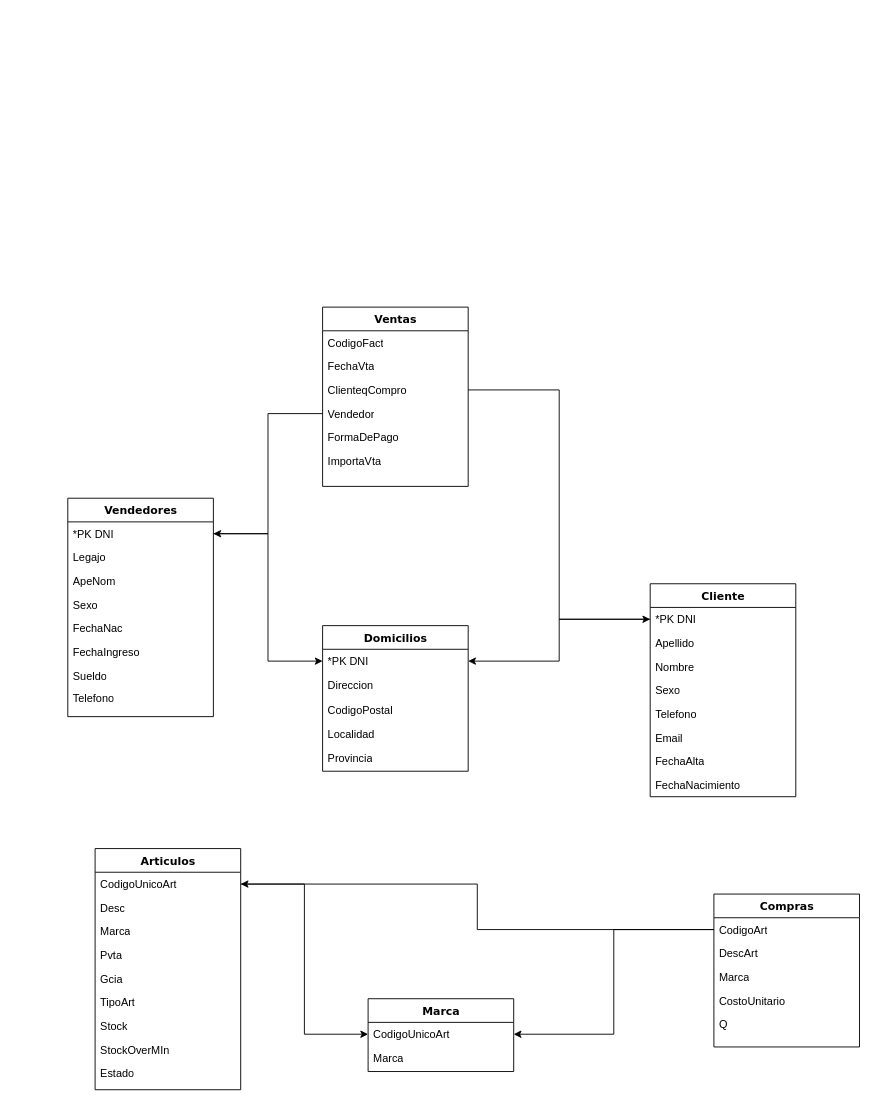
MATUKE23/LABIII keeps this draw.io diagram as Diagram TP1A V3.drawio. Above is the earlier version. Source tidied: cells renumbered, new cells numbered last; positions are measured from the earlier drawing's top-left corner, leaving out a move shared by most shapes. Both pictures are drawn from the tidied source at 91%, with x=0, y=0 at pixel (67, 307).
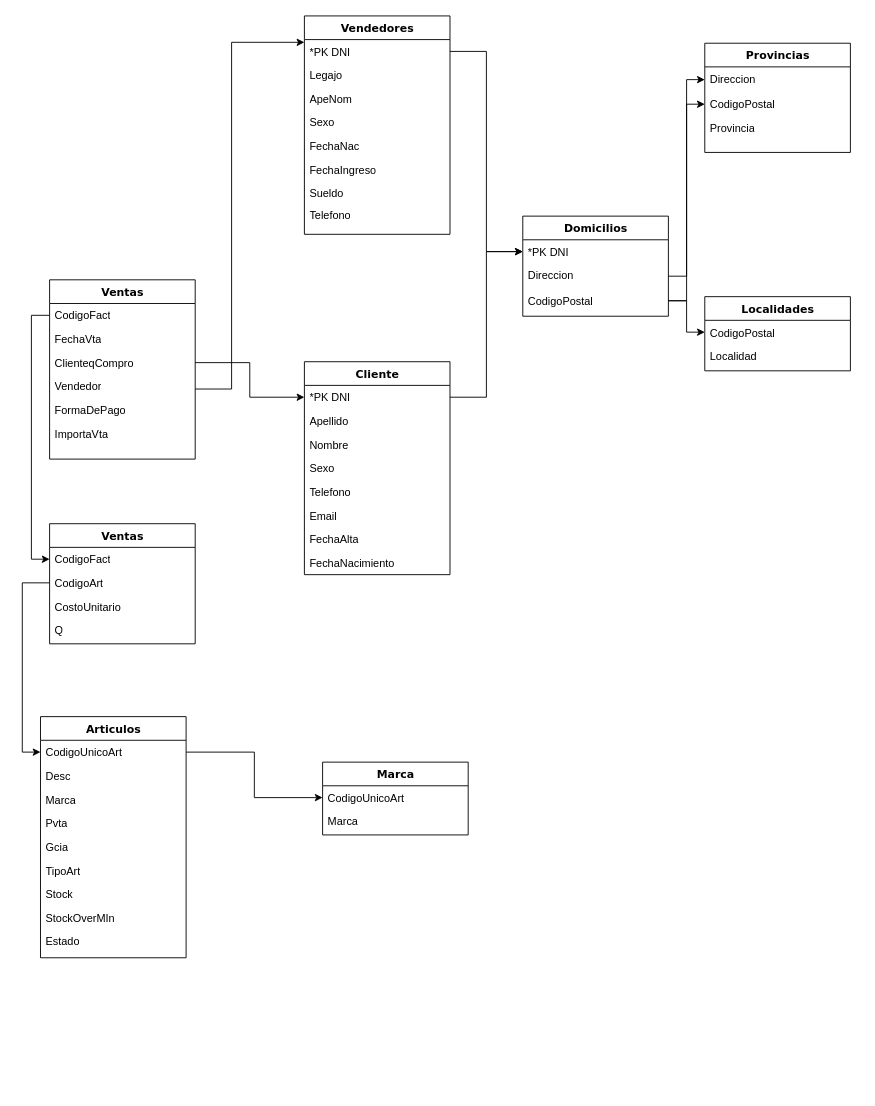
After the change.

The change refers to these unchanged cells:
```xml
<mxCell id="3" value="CodigoUnicoArt" style="text;html=1;strokeColor=none;fillColor=none;align=left;verticalAlign=top;spacingLeft=4;spacingRight=4;whiteSpace=wrap;overflow=hidden;points=[[0,0.5],[1,0.5]];portConstraint=eastwest;" parent="2" vertex="1">
  <mxGeometry y="26" width="160" height="26" as="geometry" />
</mxCell>
<mxCell id="13" value="*PK DNI" style="text;html=1;strokeColor=none;fillColor=none;align=left;verticalAlign=top;spacingLeft=4;spacingRight=4;whiteSpace=wrap;overflow=hidden;points=[[0,0.5],[1,0.5]];portConstraint=eastwest;" parent="12" vertex="1">
  <mxGeometry y="26" width="160" height="26" as="geometry" />
</mxCell>
<mxCell id="22" value="CodigoFact" style="text;html=1;strokeColor=none;fillColor=none;align=left;verticalAlign=top;spacingLeft=4;spacingRight=4;whiteSpace=wrap;overflow=hidden;points=[[0,0.5],[1,0.5]];portConstraint=eastwest;" parent="21" vertex="1">
  <mxGeometry y="26" width="160" height="26" as="geometry" />
</mxCell>
<mxCell id="24" value="ClienteqCompro" style="text;html=1;strokeColor=none;fillColor=none;align=left;verticalAlign=top;spacingLeft=4;spacingRight=4;whiteSpace=wrap;overflow=hidden;points=[[0,0.5],[1,0.5]];portConstraint=eastwest;" parent="21" vertex="1">
  <mxGeometry y="78" width="160" height="26" as="geometry" />
</mxCell>
<mxCell id="25" value="Vendedor" style="text;html=1;strokeColor=none;fillColor=none;align=left;verticalAlign=top;spacingLeft=4;spacingRight=4;whiteSpace=wrap;overflow=hidden;points=[[0,0.5],[1,0.5]];portConstraint=eastwest;" parent="21" vertex="1">
  <mxGeometry y="104" width="160" height="26" as="geometry" />
</mxCell>
<mxCell id="29" value="*PK DNI" style="text;html=1;strokeColor=none;fillColor=none;align=left;verticalAlign=top;spacingLeft=4;spacingRight=4;whiteSpace=wrap;overflow=hidden;points=[[0,0.5],[1,0.5]];portConstraint=eastwest;" parent="28" vertex="1">
  <mxGeometry y="26" width="160" height="26" as="geometry" />
</mxCell>
<mxCell id="45" value="Direccion" style="text;html=1;strokeColor=none;fillColor=none;align=left;verticalAlign=top;spacingLeft=4;spacingRight=4;whiteSpace=wrap;overflow=hidden;points=[[0,0.5],[1,0.5]];portConstraint=eastwest;" parent="43" vertex="1">
  <mxGeometry y="52" width="160" height="28" as="geometry" />
</mxCell>
<mxCell id="46" value="CodigoPostal" style="text;html=1;strokeColor=none;fillColor=none;align=left;verticalAlign=top;spacingLeft=4;spacingRight=4;whiteSpace=wrap;overflow=hidden;points=[[0,0.5],[1,0.5]];portConstraint=eastwest;" parent="43" vertex="1">
  <mxGeometry y="80" width="160" height="26" as="geometry" />
</mxCell>
<mxCell id="54" value="CodigoUnicoArt" style="text;html=1;strokeColor=none;fillColor=none;align=left;verticalAlign=top;spacingLeft=4;spacingRight=4;whiteSpace=wrap;overflow=hidden;points=[[0,0.5],[1,0.5]];portConstraint=eastwest;" parent="53" vertex="1">
  <mxGeometry y="26" width="160" height="26" as="geometry" />
</mxCell>
```

Change to the diagram source:
```diff
@@
     <mxCell id="2" value="Articulos" style="swimlane;html=1;fontStyle=1;align=center;verticalAlign=top;horizontal=1;startSize=26;swimlaneFillColor=#ffffff;rounded=0;shadow=0;comic=0;labelBackgroundColor=none;strokeWidth=1;fillColor=none;fontFamily=Verdana;fontSize=12;" parent="1" vertex="1">
-      <mxGeometry x="30" y="595" width="160" height="265" as="geometry" />
+      <mxGeometry x="-30" y="450" width="160" height="265" as="geometry" />
     </mxCell>
@@
     <mxCell id="12" value="Vendedores" style="swimlane;html=1;fontStyle=1;align=center;verticalAlign=top;horizontal=1;startSize=26;swimlaneFillColor=#ffffff;rounded=0;shadow=0;comic=0;labelBackgroundColor=none;strokeWidth=1;fillColor=none;fontFamily=Verdana;fontSize=12;" parent="1" vertex="1">
-      <mxGeometry y="210" width="160" height="240" as="geometry" />
+      <mxGeometry x="260" y="-320" width="160" height="240" as="geometry" />
     </mxCell>
@@
     <mxCell id="21" value="Ventas" style="swimlane;html=1;fontStyle=1;align=center;verticalAlign=top;horizontal=1;startSize=26;swimlaneFillColor=#ffffff;rounded=0;shadow=0;comic=0;labelBackgroundColor=none;strokeWidth=1;fillColor=none;fontFamily=Verdana;fontSize=12;" parent="1" vertex="1">
-      <mxGeometry x="280" width="160" height="197" as="geometry" />
+      <mxGeometry x="-20" y="-30" width="160" height="197" as="geometry" />
     </mxCell>
@@
     <mxCell id="28" value="Cliente" style="swimlane;html=1;fontStyle=1;align=center;verticalAlign=top;horizontal=1;startSize=26;swimlaneFillColor=#ffffff;rounded=0;shadow=0;comic=0;labelBackgroundColor=none;strokeWidth=1;fillColor=none;fontFamily=Verdana;fontSize=12;" parent="1" vertex="1">
-      <mxGeometry x="640" y="304" width="160" height="234" as="geometry" />
+      <mxGeometry x="260" y="60" width="160" height="234" as="geometry" />
     </mxCell>
@@
-    <mxCell id="37" value="Compras" style="swimlane;html=1;fontStyle=1;align=center;verticalAlign=top;horizontal=1;startSize=26;swimlaneFillColor=#ffffff;rounded=0;shadow=0;comic=0;labelBackgroundColor=none;strokeWidth=1;fillColor=none;fontFamily=Verdana;fontSize=12;" parent="1" vertex="1">
-      <mxGeometry x="710" y="645" width="160" height="168" as="geometry" />
+    <mxCell id="37" value="Ventas" style="swimlane;html=1;fontStyle=1;align=center;verticalAlign=top;horizontal=1;startSize=26;swimlaneFillColor=#ffffff;rounded=0;shadow=0;comic=0;labelBackgroundColor=none;strokeWidth=1;fillColor=none;fontFamily=Verdana;fontSize=12;" parent="1" vertex="1">
+      <mxGeometry x="-20" y="238" width="160" height="132" as="geometry" />
     </mxCell>
+    <mxCell id="59" value="CodigoFact" style="text;html=1;strokeColor=none;fillColor=none;align=left;verticalAlign=top;spacingLeft=4;spacingRight=4;whiteSpace=wrap;overflow=hidden;points=[[0,0.5],[1,0.5]];portConstraint=eastwest;" parent="37" vertex="1">
+      <mxGeometry y="26" width="160" height="26" as="geometry" />
+    </mxCell>
     <mxCell id="38" value="CodigoArt" style="text;html=1;strokeColor=none;fillColor=none;align=left;verticalAlign=top;spacingLeft=4;spacingRight=4;whiteSpace=wrap;overflow=hidden;points=[[0,0.5],[1,0.5]];portConstraint=eastwest;" parent="37" vertex="1">
-      <mxGeometry y="26" width="160" height="26" as="geometry" />
+      <mxGeometry y="52" width="160" height="26" as="geometry" />
     </mxCell>
-    <mxCell id="39" value="DescArt" style="text;html=1;strokeColor=none;fillColor=none;align=left;verticalAlign=top;spacingLeft=4;spacingRight=4;whiteSpace=wrap;overflow=hidden;" parent="37" vertex="1">
-      <mxGeometry y="52" width="160" height="26" as="geometry" />
-    </mxCell>
-    <mxCell id="40" value="Marca" style="text;html=1;strokeColor=none;fillColor=none;align=left;verticalAlign=top;spacingLeft=4;spacingRight=4;whiteSpace=wrap;overflow=hidden;" parent="37" vertex="1">
-      <mxGeometry y="78" width="160" height="26" as="geometry" />
-    </mxCell>
     <mxCell id="41" value="CostoUnitario" style="text;html=1;strokeColor=none;fillColor=none;align=left;verticalAlign=top;spacingLeft=4;spacingRight=4;whiteSpace=wrap;overflow=hidden;" parent="37" vertex="1">
-      <mxGeometry y="104" width="160" height="26" as="geometry" />
+      <mxGeometry y="78" width="160" height="26" as="geometry" />
     </mxCell>
     <mxCell id="42" value="Q" style="text;html=1;strokeColor=none;fillColor=none;align=left;verticalAlign=top;spacingLeft=4;spacingRight=4;whiteSpace=wrap;overflow=hidden;" parent="37" vertex="1">
-      <mxGeometry y="130" width="160" height="26" as="geometry" />
+      <mxGeometry y="104" width="160" height="26" as="geometry" />
     </mxCell>
     <mxCell id="43" value="Domicilios" style="swimlane;html=1;fontStyle=1;align=center;verticalAlign=top;horizontal=1;startSize=26;swimlaneFillColor=#ffffff;rounded=0;shadow=0;comic=0;labelBackgroundColor=none;strokeWidth=1;fillColor=none;fontFamily=Verdana;fontSize=12;" parent="1" vertex="1">
-      <mxGeometry x="280" y="350" width="160" height="160" as="geometry" />
+      <mxGeometry x="500" y="-100" width="160" height="110" as="geometry" />
     </mxCell>
@@
-    <mxCell id="47" value="Localidad" style="text;html=1;strokeColor=none;fillColor=none;align=left;verticalAlign=top;spacingLeft=4;spacingRight=4;whiteSpace=wrap;overflow=hidden;" parent="43" vertex="1">
-      <mxGeometry y="106" width="160" height="26" as="geometry" />
-    </mxCell>
-    <mxCell id="48" value="Provincia" style="text;html=1;strokeColor=none;fillColor=none;align=left;verticalAlign=top;spacingLeft=4;spacingRight=4;whiteSpace=wrap;overflow=hidden;" parent="43" vertex="1">
-      <mxGeometry y="132" width="160" height="26" as="geometry" />
-    </mxCell>
@@
-    <mxCell id="50" style="edgeStyle=orthogonalEdgeStyle;rounded=0;jettySize=auto;html=1;" parent="1" edge="1" source="38" target="3">
-      <mxGeometry relative="1" as="geometry" />
-    </mxCell>
@@
-    <mxCell id="52" style="edgeStyle=orthogonalEdgeStyle;rounded=0;jettySize=auto;html=1;" parent="1" edge="1" source="24" target="29">
-      <mxGeometry relative="1" as="geometry" />
-    </mxCell>
     <mxCell id="53" value="Marca" style="swimlane;html=1;fontStyle=1;align=center;verticalAlign=top;horizontal=1;startSize=26;swimlaneFillColor=#ffffff;rounded=0;shadow=0;comic=0;labelBackgroundColor=none;strokeWidth=1;fillColor=none;fontFamily=Verdana;fontSize=12;" parent="1" vertex="1">
-      <mxGeometry x="330" y="760" width="160" height="80" as="geometry" />
+      <mxGeometry x="280" y="500" width="160" height="80" as="geometry" />
     </mxCell>
@@
     <mxCell id="56" style="edgeStyle=orthogonalEdgeStyle;rounded=0;jettySize=auto;html=1;" parent="1" edge="1" source="25" target="13">
-      <mxGeometry relative="1" as="geometry" />
+      <mxGeometry relative="1" as="geometry">
+        <Array as="points">
+          <mxPoint x="180" y="90" />
+          <mxPoint x="180" y="-291" />
+        </Array>
+      </mxGeometry>
     </mxCell>
@@
-    <mxCell id="58" style="edgeStyle=orthogonalEdgeStyle;rounded=0;jettySize=auto;html=1;" parent="1" edge="1" source="38" target="54">
-      <mxGeometry relative="1" as="geometry" />
-    </mxCell>
+    <mxCell id="50" style="edgeStyle=orthogonalEdgeStyle;rounded=0;jettySize=auto;html=1;entryX=0;entryY=0.5;entryDx=0;entryDy=0;" parent="1" edge="1" source="38" target="3">
+      <mxGeometry relative="1" as="geometry" />
+    </mxCell>
+    <mxCell id="60" style="edgeStyle=orthogonalEdgeStyle;rounded=0;jettySize=auto;html=1;entryX=0;entryY=0.5;entryDx=0;entryDy=0;" parent="1" edge="1" source="22" target="59">
+      <mxGeometry relative="1" as="geometry" />
+    </mxCell>
+    <mxCell id="52" style="edgeStyle=orthogonalEdgeStyle;rounded=0;jettySize=auto;html=1;" parent="1" edge="1" source="24" target="29">
+      <mxGeometry relative="1" as="geometry" />
+    </mxCell>
+    <mxCell id="61" value="Provincias" style="swimlane;html=1;fontStyle=1;align=center;verticalAlign=top;horizontal=1;startSize=26;swimlaneFillColor=#ffffff;rounded=0;shadow=0;comic=0;labelBackgroundColor=none;strokeWidth=1;fillColor=none;fontFamily=Verdana;fontSize=12;" parent="1" vertex="1">
+      <mxGeometry x="700" y="-290" width="160" height="120" as="geometry" />
+    </mxCell>
+    <mxCell id="62" value="Direccion" style="text;html=1;strokeColor=none;fillColor=none;align=left;verticalAlign=top;spacingLeft=4;spacingRight=4;whiteSpace=wrap;overflow=hidden;points=[[0,0.5],[1,0.5]];portConstraint=eastwest;" parent="61" vertex="1">
+      <mxGeometry y="26" width="160" height="28" as="geometry" />
+    </mxCell>
+    <mxCell id="63" value="CodigoPostal" style="text;html=1;strokeColor=none;fillColor=none;align=left;verticalAlign=top;spacingLeft=4;spacingRight=4;whiteSpace=wrap;overflow=hidden;points=[[0,0.5],[1,0.5]];portConstraint=eastwest;" parent="61" vertex="1">
+      <mxGeometry y="54" width="160" height="26" as="geometry" />
+    </mxCell>
+    <mxCell id="48" value="Provincia" style="text;html=1;strokeColor=none;fillColor=none;align=left;verticalAlign=top;spacingLeft=4;spacingRight=4;whiteSpace=wrap;overflow=hidden;" parent="61" vertex="1">
+      <mxGeometry y="80" width="160" height="26" as="geometry" />
+    </mxCell>
+    <mxCell id="64" value="Localidades" style="swimlane;html=1;fontStyle=1;align=center;verticalAlign=top;horizontal=1;startSize=26;swimlaneFillColor=#ffffff;rounded=0;shadow=0;comic=0;labelBackgroundColor=none;strokeWidth=1;fillColor=none;fontFamily=Verdana;fontSize=12;" parent="1" vertex="1">
+      <mxGeometry x="700" y="-11.5" width="160" height="81.5" as="geometry" />
+    </mxCell>
+    <mxCell id="65" value="CodigoPostal" style="text;html=1;strokeColor=none;fillColor=none;align=left;verticalAlign=top;spacingLeft=4;spacingRight=4;whiteSpace=wrap;overflow=hidden;points=[[0,0.5],[1,0.5]];portConstraint=eastwest;" parent="64" vertex="1">
+      <mxGeometry y="26" width="160" height="26" as="geometry" />
+    </mxCell>
+    <mxCell id="47" value="Localidad" style="text;html=1;strokeColor=none;fillColor=none;align=left;verticalAlign=top;spacingLeft=4;spacingRight=4;whiteSpace=wrap;overflow=hidden;" parent="64" vertex="1">
+      <mxGeometry y="52" width="160" height="26" as="geometry" />
+    </mxCell>
+    <mxCell id="66" style="edgeStyle=orthogonalEdgeStyle;rounded=0;jettySize=auto;html=1;entryX=0;entryY=0.5;entryDx=0;entryDy=0;" parent="1" edge="1" source="46" target="65">
+      <mxGeometry relative="1" as="geometry" />
+    </mxCell>
+    <mxCell id="67" style="edgeStyle=orthogonalEdgeStyle;rounded=0;jettySize=auto;html=1;" parent="1" edge="1" source="46" target="63">
+      <mxGeometry relative="1" as="geometry" />
+    </mxCell>
+    <mxCell id="68" style="edgeStyle=orthogonalEdgeStyle;rounded=0;jettySize=auto;html=1;" parent="1" edge="1" source="45" target="62">
+      <mxGeometry relative="1" as="geometry" />
+    </mxCell>
```
